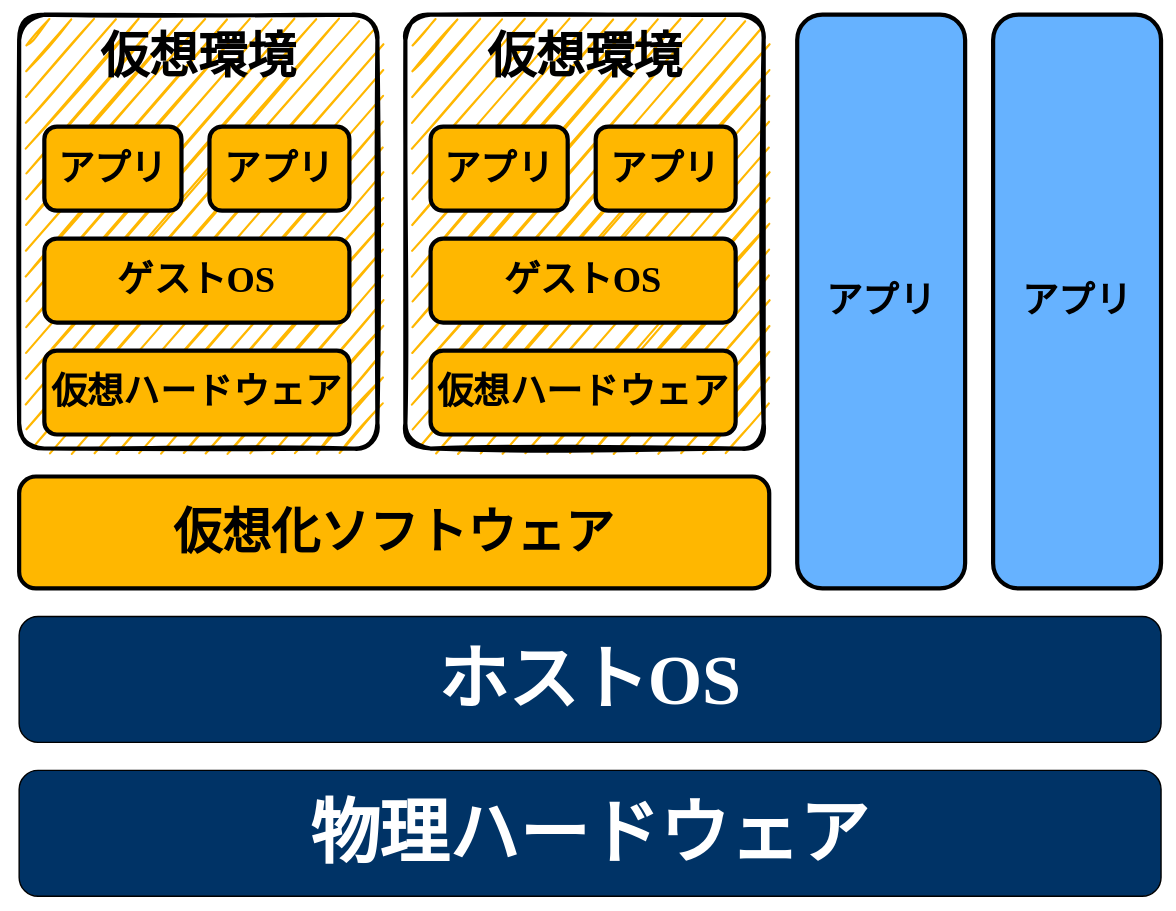
sho037/docker-kubernetes-tutorial keeps this draw.io diagram as docs/diagrams/kasou_host.drawio.svg. Above is the earlier version. Source tidied: cells renumbered, new cells last; positions are measured from the earlier drawing's top-left corner, leaving out a move shared by most shapes.
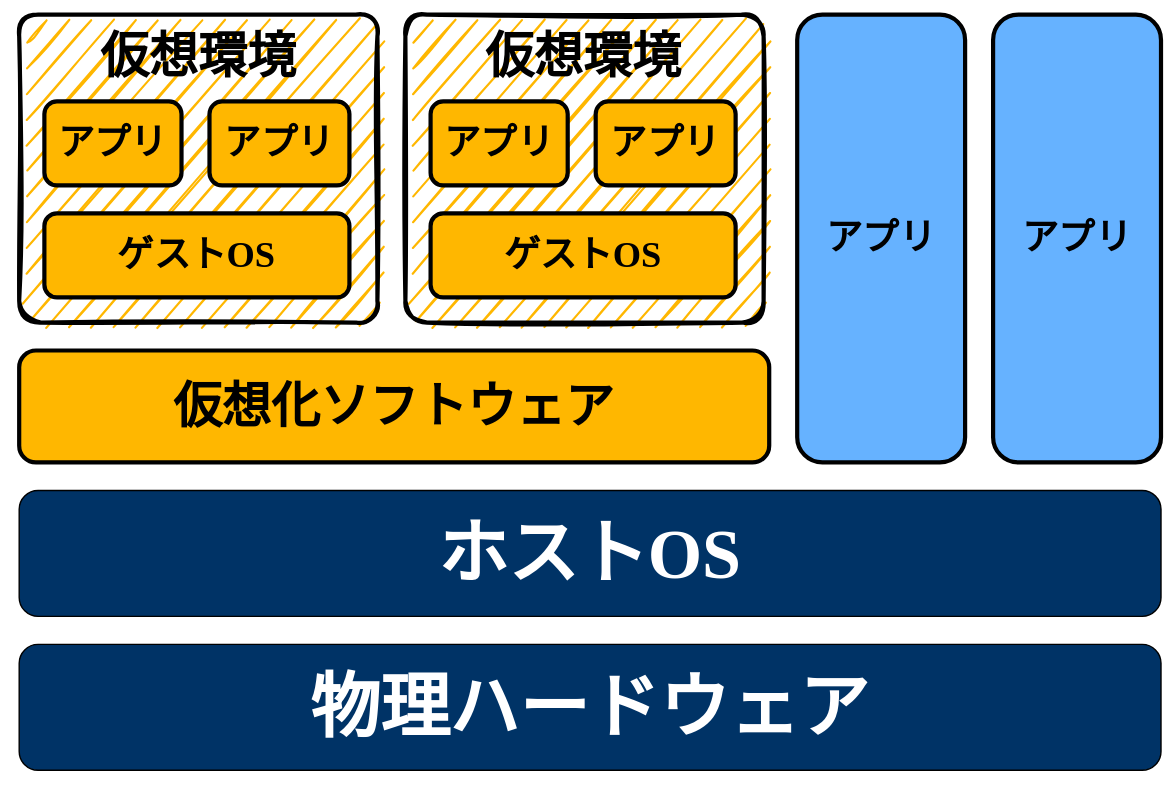
After the change.

Diff of the diagram source:
```diff
@@ -2,59 +2,53 @@
   <root>
     <mxCell id="0" />
     <mxCell id="1" parent="0" />
+    <mxCell id="13" style="rounded=0;whiteSpace=wrap;html=1;shadow=0;glass=0;labelBackgroundColor=none;sketch=0;fillStyle=auto;fontSize=26;fontColor=#000000;strokeColor=none;strokeWidth=1;fillColor=none;" parent="1" vertex="1">
+      <mxGeometry y="90" width="839" height="560" as="geometry" />
+    </mxCell>
     <mxCell id="2" value="&lt;font face=&quot;mplus1p&quot; size=&quot;1&quot; color=&quot;#ffffff&quot; style=&quot;&quot;&gt;&lt;b style=&quot;font-size: 50px;&quot;&gt;物理ハードウェア&lt;/b&gt;&lt;/font&gt;" style="rounded=1;whiteSpace=wrap;html=1;fillColor=#003366;strokeColor=#000000;strokeWidth=1;fontColor=#000000;sketch=0;glass=0;" parent="1" vertex="1">
       <mxGeometry x="13" y="550" width="816" height="90" as="geometry" />
     </mxCell>
     <mxCell id="3" style="rounded=1;whiteSpace=wrap;html=1;fillColor=#FFB700;strokeColor=#000000;strokeWidth=3;fontColor=#000000;sketch=1;glass=0;arcSize=7;shadow=0;" parent="1" vertex="1">
-      <mxGeometry x="13" y="10" width="256" height="310" as="geometry" />
+      <mxGeometry x="13" y="100" width="256" height="220" as="geometry" />
     </mxCell>
     <mxCell id="4" value="&lt;font face=&quot;mplus1p&quot;&gt;仮想環境&lt;/font&gt;" style="text;strokeColor=none;fillColor=none;html=1;fontSize=35;fontStyle=1;verticalAlign=middle;align=center;glass=0;labelBackgroundColor=none;sketch=0;fillStyle=auto;fontColor=#000000;" parent="1" vertex="1">
-      <mxGeometry x="91" y="20" width="100" height="40" as="geometry" />
+      <mxGeometry x="91" y="110" width="100" height="40" as="geometry" />
     </mxCell>
     <mxCell id="5" value="&lt;b style=&quot;&quot;&gt;&lt;font face=&quot;mplus1p&quot; style=&quot;font-size: 35px;&quot;&gt;仮想化ソフトウェア&lt;/font&gt;&lt;/b&gt;" style="rounded=1;whiteSpace=wrap;html=1;fillColor=#ffb700;strokeColor=#000000;strokeWidth=3;fontColor=#000000;labelBackgroundColor=none;fillStyle=auto;sketch=0;" parent="1" vertex="1">
       <mxGeometry x="13" y="340" width="536" height="80" as="geometry" />
     </mxCell>
-    <mxCell id="6" value="&lt;b style=&quot;font-size: 26px;&quot;&gt;&lt;font face=&quot;mplus1p&quot; style=&quot;font-size: 26px;&quot;&gt;仮想ハードウェア&lt;/font&gt;&lt;/b&gt;" style="rounded=1;whiteSpace=wrap;html=1;fillColor=#FFB700;strokeColor=#000000;strokeWidth=3;fontColor=#000000;labelBackgroundColor=none;fillStyle=auto;sketch=0;fontSize=26;fontFamily=ubuntu;fontSource=https%3A%2F%2Ffonts.googleapis.com%2Fcss%3Ffamily%3Dubuntu;" parent="1" vertex="1">
-      <mxGeometry x="31" y="250" width="218" height="60" as="geometry" />
-    </mxCell>
     <mxCell id="7" value="&lt;font style=&quot;font-size: 50px;&quot;&gt;&lt;b&gt;&lt;font face=&quot;mplus1p&quot; color=&quot;#ffffff&quot;&gt;ホストOS&lt;/font&gt;&lt;br&gt;&lt;/b&gt;&lt;/font&gt;" style="rounded=1;whiteSpace=wrap;html=1;fillColor=#003366;strokeColor=#000000;strokeWidth=1;fontColor=#000000;sketch=0;glass=0;" parent="1" vertex="1">
       <mxGeometry x="13" y="440" width="816" height="90" as="geometry" />
     </mxCell>
     <mxCell id="8" value="&lt;b style=&quot;font-size: 26px;&quot;&gt;&lt;font style=&quot;font-size: 26px;&quot;&gt;&lt;font face=&quot;mplus1p&quot;&gt;ゲストOS&lt;/font&gt;&lt;br&gt;&lt;/font&gt;&lt;/b&gt;" style="rounded=1;whiteSpace=wrap;html=1;fillColor=#FFB700;strokeColor=#000000;strokeWidth=3;fontColor=#000000;labelBackgroundColor=none;fillStyle=auto;sketch=0;fontSize=26;fontFamily=ubuntu;fontSource=https%3A%2F%2Ffonts.googleapis.com%2Fcss%3Ffamily%3Dubuntu;" parent="1" vertex="1">
-      <mxGeometry x="31" y="170" width="218" height="60" as="geometry" />
+      <mxGeometry x="31" y="242" width="218" height="60" as="geometry" />
     </mxCell>
     <mxCell id="9" value="&lt;b style=&quot;font-size: 26px;&quot;&gt;&lt;font style=&quot;font-size: 26px;&quot;&gt;&lt;font face=&quot;mplus1p&quot;&gt;アプリ&lt;/font&gt;&lt;br&gt;&lt;/font&gt;&lt;/b&gt;" style="rounded=1;whiteSpace=wrap;html=1;fillColor=#FFB700;strokeColor=#000000;strokeWidth=3;fontColor=#000000;labelBackgroundColor=none;fillStyle=auto;sketch=0;fontSize=26;fontFamily=ubuntu;fontSource=https%3A%2F%2Ffonts.googleapis.com%2Fcss%3Ffamily%3Dubuntu;" parent="1" vertex="1">
-      <mxGeometry x="31" y="90" width="98" height="60" as="geometry" />
+      <mxGeometry x="31" y="162" width="98" height="60" as="geometry" />
     </mxCell>
     <mxCell id="10" value="&lt;b style=&quot;font-size: 26px;&quot;&gt;&lt;font style=&quot;font-size: 26px;&quot;&gt;&lt;font face=&quot;mplus1p&quot;&gt;アプリ&lt;/font&gt;&lt;br&gt;&lt;/font&gt;&lt;/b&gt;" style="rounded=1;whiteSpace=wrap;html=1;fillColor=#FFB700;strokeColor=#000000;strokeWidth=3;fontColor=#000000;labelBackgroundColor=none;fillStyle=auto;sketch=0;fontSize=26;fontFamily=ubuntu;fontSource=https%3A%2F%2Ffonts.googleapis.com%2Fcss%3Ffamily%3Dubuntu;" parent="1" vertex="1">
-      <mxGeometry x="149" y="90" width="100" height="60" as="geometry" />
+      <mxGeometry x="149" y="162" width="100" height="60" as="geometry" />
     </mxCell>
     <mxCell id="11" value="&lt;font style=&quot;&quot; face=&quot;mplus1p&quot;&gt;&lt;b&gt;アプリ&lt;/b&gt;&lt;/font&gt;" style="rounded=1;whiteSpace=wrap;html=1;shadow=0;glass=0;labelBackgroundColor=none;sketch=0;fillStyle=auto;fontSize=26;fontColor=#000000;strokeColor=#000000;strokeWidth=3;fillColor=#66B2FF;" parent="1" vertex="1">
-      <mxGeometry x="569" y="10" width="120" height="410" as="geometry" />
+      <mxGeometry x="569" y="100" width="120" height="320" as="geometry" />
     </mxCell>
     <mxCell id="12" value="&lt;b&gt;&lt;font face=&quot;mplus1p&quot;&gt;アプリ&lt;/font&gt;&lt;/b&gt;" style="rounded=1;whiteSpace=wrap;html=1;shadow=0;glass=0;labelBackgroundColor=none;sketch=0;fillStyle=auto;fontSize=26;fontColor=#000000;strokeColor=#000000;strokeWidth=3;fillColor=#66B2FF;" parent="1" vertex="1">
-      <mxGeometry x="709" y="10" width="120" height="410" as="geometry" />
+      <mxGeometry x="709" y="100" width="120" height="320" as="geometry" />
     </mxCell>
-    <mxCell id="13" style="rounded=0;whiteSpace=wrap;html=1;shadow=0;glass=0;labelBackgroundColor=none;sketch=0;fillStyle=auto;fontSize=26;fontColor=#000000;strokeColor=none;strokeWidth=1;fillColor=none;" parent="1" vertex="1">
-      <mxGeometry width="839" height="650" as="geometry" />
-    </mxCell>
     <mxCell id="14" style="rounded=1;whiteSpace=wrap;html=1;fillColor=#FFB700;strokeColor=#000000;strokeWidth=3;fontColor=#000000;sketch=1;glass=0;arcSize=7;shadow=0;" parent="1" vertex="1">
-      <mxGeometry x="289" y="10" width="256" height="310" as="geometry" />
+      <mxGeometry x="289" y="100" width="256" height="220" as="geometry" />
     </mxCell>
     <mxCell id="15" value="&lt;font face=&quot;mplus1p&quot;&gt;仮想環境&lt;/font&gt;" style="text;strokeColor=none;fillColor=none;html=1;fontSize=35;fontStyle=1;verticalAlign=middle;align=center;glass=0;labelBackgroundColor=none;sketch=0;fillStyle=auto;fontColor=#000000;" parent="1" vertex="1">
-      <mxGeometry x="367" y="20" width="100" height="40" as="geometry" />
+      <mxGeometry x="366" y="110" width="100" height="40" as="geometry" />
     </mxCell>
-    <mxCell id="16" value="&lt;b style=&quot;font-size: 26px;&quot;&gt;&lt;font face=&quot;mplus1p&quot; style=&quot;font-size: 26px;&quot;&gt;仮想ハードウェア&lt;/font&gt;&lt;/b&gt;" style="rounded=1;whiteSpace=wrap;html=1;fillColor=#FFB700;strokeColor=#000000;strokeWidth=3;fontColor=#000000;labelBackgroundColor=none;fillStyle=auto;sketch=0;fontSize=26;fontFamily=ubuntu;fontSource=https%3A%2F%2Ffonts.googleapis.com%2Fcss%3Ffamily%3Dubuntu;" parent="1" vertex="1">
-      <mxGeometry x="307" y="250" width="218" height="60" as="geometry" />
-    </mxCell>
     <mxCell id="17" value="&lt;b style=&quot;font-size: 26px;&quot;&gt;&lt;font style=&quot;font-size: 26px;&quot;&gt;&lt;font face=&quot;mplus1p&quot;&gt;ゲストOS&lt;/font&gt;&lt;br&gt;&lt;/font&gt;&lt;/b&gt;" style="rounded=1;whiteSpace=wrap;html=1;fillColor=#FFB700;strokeColor=#000000;strokeWidth=3;fontColor=#000000;labelBackgroundColor=none;fillStyle=auto;sketch=0;fontSize=26;fontFamily=ubuntu;fontSource=https%3A%2F%2Ffonts.googleapis.com%2Fcss%3Ffamily%3Dubuntu;" parent="1" vertex="1">
-      <mxGeometry x="307" y="170" width="218" height="60" as="geometry" />
+      <mxGeometry x="307" y="242" width="218" height="60" as="geometry" />
     </mxCell>
     <mxCell id="18" value="&lt;b style=&quot;font-size: 26px;&quot;&gt;&lt;font style=&quot;font-size: 26px;&quot;&gt;&lt;font face=&quot;mplus1p&quot;&gt;アプリ&lt;/font&gt;&lt;br&gt;&lt;/font&gt;&lt;/b&gt;" style="rounded=1;whiteSpace=wrap;html=1;fillColor=#FFB700;strokeColor=#000000;strokeWidth=3;fontColor=#000000;labelBackgroundColor=none;fillStyle=auto;sketch=0;fontSize=26;fontFamily=ubuntu;fontSource=https%3A%2F%2Ffonts.googleapis.com%2Fcss%3Ffamily%3Dubuntu;" parent="1" vertex="1">
-      <mxGeometry x="307" y="90" width="98" height="60" as="geometry" />
+      <mxGeometry x="307" y="162" width="98" height="60" as="geometry" />
     </mxCell>
     <mxCell id="19" value="&lt;b style=&quot;font-size: 26px;&quot;&gt;&lt;font style=&quot;font-size: 26px;&quot;&gt;&lt;font face=&quot;mplus1p&quot;&gt;アプリ&lt;/font&gt;&lt;br&gt;&lt;/font&gt;&lt;/b&gt;" style="rounded=1;whiteSpace=wrap;html=1;fillColor=#FFB700;strokeColor=#000000;strokeWidth=3;fontColor=#000000;labelBackgroundColor=none;fillStyle=auto;sketch=0;fontSize=26;fontFamily=ubuntu;fontSource=https%3A%2F%2Ffonts.googleapis.com%2Fcss%3Ffamily%3Dubuntu;" parent="1" vertex="1">
-      <mxGeometry x="425" y="90" width="100" height="60" as="geometry" />
+      <mxGeometry x="425" y="162" width="100" height="60" as="geometry" />
     </mxCell>
   </root>
 </mxGraphModel>
```
